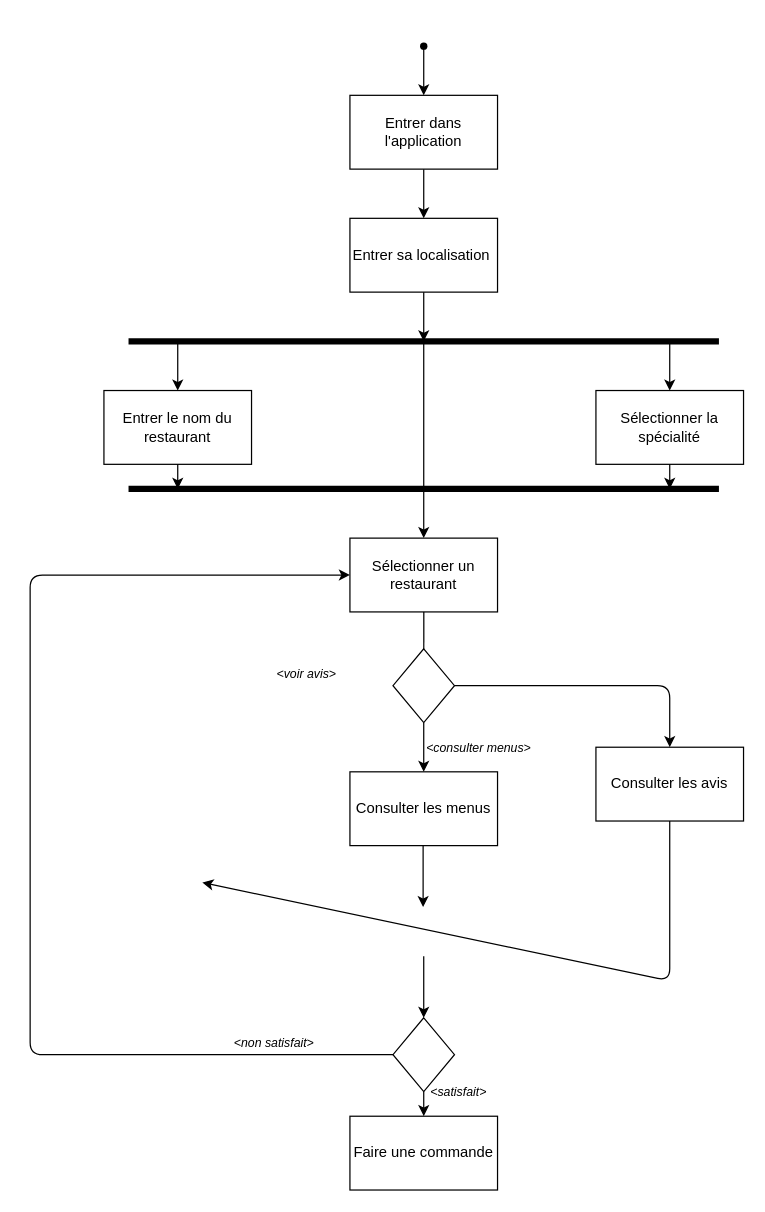
Earlier version of the draw.io diagram page "Page-1" (1 of 2) of diagrammes/diagramme_activite.drawio (TheAIWizard/Ensaeats). Source tidied: cells renumbered, new cells numbered last; positions are measured from the earlier drawing's top-left corner, leaving out a move shared by most shapes. Both pictures are drawn from the tidied source at 123%, with x=0, y=0 at pixel (30, 21).
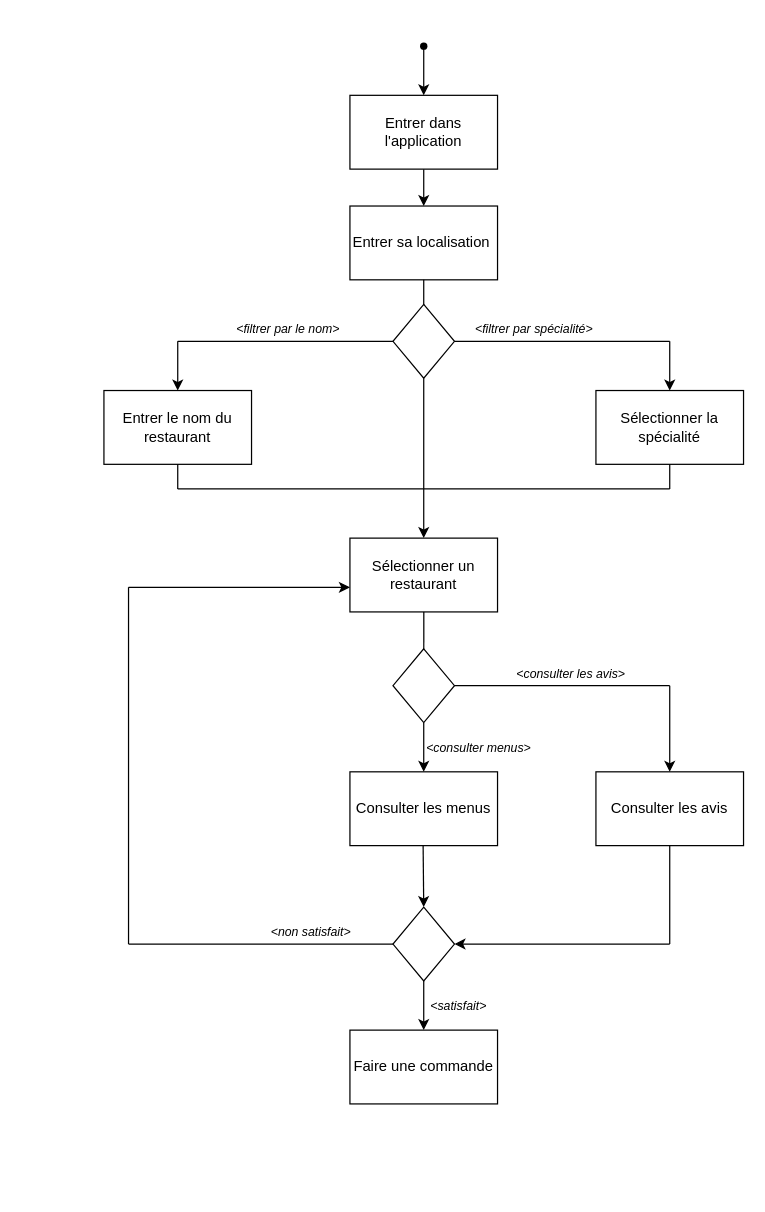
The same page after the edit.

Unchanged cells that the change refers to:
```xml
<mxCell id="31" style="rhombus;whiteSpace=wrap;html=1;" parent="1" vertex="1">
  <mxGeometry x="295" y="510" width="50" height="60" as="geometry" />
</mxCell>
```

What changed in the source:
```diff
@@
-    <mxCell id="2" style="shape=waypoint;sketch=0;fillStyle=solid;size=6;points=[];fillColor=none;perimeter=centerPerimeter;snapToPoint=1;" parent="1" vertex="1">
+    <mxCell id="2" style="shape=waypoint;fillStyle=solid;size=6;points=[];fillColor=none;perimeter=centerPerimeter;snapToPoint=1;" parent="1" vertex="1">
       <mxGeometry x="300" width="40" height="40" as="geometry" />
     </mxCell>
@@
-    <mxCell id="5" style="edgeStyle=elbowEdgeStyle;elbow=horizontal;endArrow=classic;html=1;entryX=0;entryY=0.5;entryDx=0;entryDy=0;exitX=0;exitY=0.5;exitDx=0;exitDy=0;" parent="1" edge="1" source="7" target="19">
-      <mxGeometry relative="1" as="geometry">
-        <Array as="points">
-          <mxPoint y="770" />
-          <mxPoint y="580" />
-          <mxPoint y="480" />
-        </Array>
-      </mxGeometry>
-    </mxCell>
-    <mxCell id="6" value="&lt;span style=&quot;font-size: 10px&quot;&gt;&lt;i&gt;&amp;lt;non satisfait&amp;gt;&lt;/i&gt;&lt;b&gt;&amp;nbsp;&lt;/b&gt;&lt;/span&gt;" style="text;html=1;strokeColor=none;fillColor=none;align=center;verticalAlign=middle;whiteSpace=wrap;rounded=0;" parent="1" vertex="1">
-      <mxGeometry x="130" y="820" width="140" height="20" as="geometry" />
+    <mxCell id="6" value="&lt;span style=&quot;font-size: 10px&quot;&gt;&lt;i&gt;&amp;lt;non satisfait&amp;gt;&lt;/i&gt;&lt;b&gt;&amp;nbsp;&lt;/b&gt;&lt;/span&gt;" style="text;html=1;strokeColor=none;fillColor=none;align=center;verticalAlign=middle;whiteSpace=wrap;" parent="1" vertex="1">
+      <mxGeometry x="160" y="730" width="140" height="20" as="geometry" />
     </mxCell>
     <mxCell id="7" style="rhombus;whiteSpace=wrap;html=1;" parent="1" vertex="1">
-      <mxGeometry x="295" y="810" width="50" height="60" as="geometry" />
+      <mxGeometry x="295" y="720" width="50" height="60" as="geometry" />
     </mxCell>
@@
-    <mxCell id="9" style="endArrow=classic;html=1;entryX=0.5;entryY=0;entryDx=0;entryDy=0;" parent="1" edge="1" target="7">
-      <mxGeometry relative="1" as="geometry">
-        <mxPoint x="320" y="760" as="sourcePoint" />
-      </mxGeometry>
-    </mxCell>
     <mxCell id="10" style="endArrow=classic;html=1;exitX=0.5;exitY=1;exitDx=0;exitDy=0;" parent="1" edge="1" source="7">
       <mxGeometry relative="1" as="geometry">
-        <mxPoint x="320" y="890" as="targetPoint" />
+        <mxPoint x="320" y="820" as="targetPoint" />
       </mxGeometry>
     </mxCell>
-    <mxCell id="11" value="Entrer dans l'application" style="rounded=0;whiteSpace=wrap;html=1;sketch=0;" parent="1" vertex="1">
+    <mxCell id="11" value="Entrer dans l'application" style="whiteSpace=wrap;html=1;" parent="1" vertex="1">
       <mxGeometry x="260" y="60" width="120" height="60" as="geometry" />
     </mxCell>
-    <mxCell id="12" value="Entrer sa localisation&amp;nbsp;" style="rounded=0;whiteSpace=wrap;html=1;sketch=0;" parent="1" vertex="1">
-      <mxGeometry x="260" y="160" width="120" height="60" as="geometry" />
+    <mxCell id="12" value="Entrer sa localisation&amp;nbsp;" style="whiteSpace=wrap;html=1;" parent="1" vertex="1">
+      <mxGeometry x="260" y="150" width="120" height="60" as="geometry" />
     </mxCell>
-    <mxCell id="13" style="endArrow=classic;html=1;exitX=0.5;exitY=1;exitDx=0;exitDy=0;" parent="1" edge="1" source="12">
+    <mxCell id="13" style="endArrow=none;html=1;exitX=0.5;exitY=1;exitDx=0;exitDy=0;endFill=0;" parent="1" edge="1" source="12">
       <mxGeometry relative="1" as="geometry">
         <mxPoint x="320" y="260" as="targetPoint" />
       </mxGeometry>
     </mxCell>
-    <mxCell id="14" style="html=1;endArrow=none;endFill=0;strokeWidth=5;" parent="1" edge="1">
-      <mxGeometry relative="1" as="geometry">
-        <mxPoint x="80" y="260" as="sourcePoint" />
-        <mxPoint x="560" y="260" as="targetPoint" />
-      </mxGeometry>
-    </mxCell>
-    <mxCell id="15" value="Entrer le nom du restaurant" style="rounded=0;whiteSpace=wrap;html=1;sketch=0;" parent="1" vertex="1">
+    <mxCell id="15" value="Entrer le nom du restaurant" style="whiteSpace=wrap;html=1;" parent="1" vertex="1">
       <mxGeometry x="60" y="300" width="120" height="60" as="geometry" />
     </mxCell>
@@
-    <mxCell id="17" value="Sélectionner la spécialité" style="rounded=0;whiteSpace=wrap;html=1;sketch=0;" parent="1" vertex="1">
+    <mxCell id="17" value="Sélectionner la spécialité" style="whiteSpace=wrap;html=1;" parent="1" vertex="1">
       <mxGeometry x="460" y="300" width="120" height="60" as="geometry" />
     </mxCell>
@@
-    <mxCell id="19" value="Sélectionner un restaurant" style="rounded=0;whiteSpace=wrap;html=1;sketch=0;" parent="1" vertex="1">
+    <mxCell id="19" value="Sélectionner un restaurant" style="whiteSpace=wrap;html=1;" parent="1" vertex="1">
       <mxGeometry x="260" y="420" width="120" height="60" as="geometry" />
     </mxCell>
-    <mxCell id="20" value="Consulter les avis" style="rounded=0;whiteSpace=wrap;html=1;sketch=0;" parent="1" vertex="1">
-      <mxGeometry x="460" y="590" width="120" height="60" as="geometry" />
+    <mxCell id="20" value="Consulter les avis" style="whiteSpace=wrap;html=1;" parent="1" vertex="1">
+      <mxGeometry x="460" y="610" width="120" height="60" as="geometry" />
     </mxCell>
-    <mxCell id="21" value="Consulter les menus" style="rounded=0;whiteSpace=wrap;html=1;sketch=0;" parent="1" vertex="1">
+    <mxCell id="21" value="Consulter les menus" style="whiteSpace=wrap;html=1;" parent="1" vertex="1">
       <mxGeometry x="260" y="610" width="120" height="60" as="geometry" />
     </mxCell>
@@
-    <mxCell id="23" style="html=1;endArrow=none;endFill=0;strokeWidth=5;" parent="1" edge="1">
-      <mxGeometry relative="1" as="geometry">
-        <mxPoint x="80" y="380" as="sourcePoint" />
-        <mxPoint x="560" y="380" as="targetPoint" />
-      </mxGeometry>
-    </mxCell>
-    <mxCell id="24" style="endArrow=classic;html=1;" parent="1" edge="1">
+    <mxCell id="24" style="endArrow=none;html=1;endFill=0;" parent="1" edge="1">
       <mxGeometry relative="1" as="geometry">
         <mxPoint x="120" y="360" as="sourcePoint" />
         <mxPoint x="120" y="380" as="targetPoint" />
       </mxGeometry>
     </mxCell>
-    <mxCell id="25" style="endArrow=classic;html=1;" parent="1" edge="1" source="17">
+    <mxCell id="25" style="endArrow=none;html=1;endFill=0;" parent="1" edge="1" source="17">
       <mxGeometry relative="1" as="geometry">
         <mxPoint x="520" y="380" as="targetPoint" />
       </mxGeometry>
     </mxCell>
@@
-    <mxCell id="27" style="endArrow=classic;html=1;exitX=0.5;exitY=1;exitDx=0;exitDy=0;" parent="1" edge="1" source="20">
-      <mxGeometry relative="1" as="geometry">
-        <mxPoint x="140" y="700" as="targetPoint" />
-        <Array as="points">
-          <mxPoint x="520" y="740" />
-          <mxPoint x="520" y="780" />
-        </Array>
-      </mxGeometry>
-    </mxCell>
-    <mxCell id="28" value="&lt;span style=&quot;font-size: 10px&quot;&gt;&lt;i&gt;&amp;lt;satisfait&amp;gt;&amp;nbsp;&lt;/i&gt;&lt;/span&gt;" style="text;html=1;strokeColor=none;fillColor=none;align=center;verticalAlign=middle;whiteSpace=wrap;rounded=0;" parent="1" vertex="1">
-      <mxGeometry x="280" y="860" width="140" height="20" as="geometry" />
+    <mxCell id="28" value="&lt;span style=&quot;font-size: 10px&quot;&gt;&lt;i&gt;&amp;lt;satisfait&amp;gt;&amp;nbsp;&lt;/i&gt;&lt;/span&gt;" style="text;html=1;strokeColor=none;fillColor=none;align=center;verticalAlign=middle;whiteSpace=wrap;" parent="1" vertex="1">
+      <mxGeometry x="280" y="790" width="140" height="20" as="geometry" />
     </mxCell>
-    <mxCell id="29" value="Faire une commande" style="rounded=0;whiteSpace=wrap;html=1;sketch=0;" parent="1" vertex="1">
-      <mxGeometry x="260" y="890" width="120" height="60" as="geometry" />
+    <mxCell id="29" value="Faire une commande" style="whiteSpace=wrap;html=1;" parent="1" vertex="1">
+      <mxGeometry x="260" y="820" width="120" height="60" as="geometry" />
     </mxCell>
-    <mxCell id="30" style="endArrow=none;html=1;strokeWidth=1;endFill=0;" parent="1" edge="1">
-      <mxGeometry relative="1" as="geometry">
-        <mxPoint x="320" y="260" as="sourcePoint" />
-        <mxPoint x="320" y="380" as="targetPoint" />
-      </mxGeometry>
-    </mxCell>
@@
-    <mxCell id="32" style="endArrow=none;html=1;strokeWidth=1;edgeStyle=orthogonalEdgeStyle;exitX=0.5;exitY=0;exitDx=0;exitDy=0;startArrow=classic;startFill=1;entryX=1;entryY=0.5;entryDx=0;entryDy=0;" parent="1" edge="1" source="20" target="31">
-      <mxGeometry relative="1" as="geometry" />
-    </mxCell>
-    <mxCell id="33" value="&lt;span style=&quot;font-size: 10px&quot;&gt;&lt;i&gt;&amp;lt;voir avis&amp;gt;&lt;/i&gt;&lt;/span&gt;" style="text;html=1;strokeColor=none;fillColor=none;align=center;verticalAlign=middle;whiteSpace=wrap;rounded=0;" parent="1" vertex="1">
-      <mxGeometry x="155" y="520" width="140" height="20" as="geometry" />
+    <mxCell id="33" value="&lt;span style=&quot;font-size: 10px&quot;&gt;&lt;i&gt;&amp;lt;consulter les avis&amp;gt;&lt;/i&gt;&lt;/span&gt;" style="text;html=1;strokeColor=none;fillColor=none;align=center;verticalAlign=middle;whiteSpace=wrap;" parent="1" vertex="1">
+      <mxGeometry x="370" y="520" width="140" height="20" as="geometry" />
     </mxCell>
-    <mxCell id="34" value="&lt;span style=&quot;font-size: 10px&quot;&gt;&lt;i&gt;&amp;lt;consulter menus&amp;gt;&lt;/i&gt;&lt;/span&gt;" style="text;html=1;strokeColor=none;fillColor=none;align=center;verticalAlign=middle;whiteSpace=wrap;rounded=0;" parent="1" vertex="1">
+    <mxCell id="34" value="&lt;span style=&quot;font-size: 10px&quot;&gt;&lt;i&gt;&amp;lt;consulter menus&amp;gt;&lt;/i&gt;&lt;/span&gt;" style="text;html=1;strokeColor=none;fillColor=none;align=center;verticalAlign=middle;whiteSpace=wrap;" parent="1" vertex="1">
       <mxGeometry x="295" y="580" width="140" height="20" as="geometry" />
     </mxCell>
-    <mxCell id="35" style="endArrow=classic;html=1;entryX=0.5;entryY=0;entryDx=0;entryDy=0;" parent="1" edge="1">
+    <mxCell id="35" style="endArrow=classic;html=1;entryX=0.5;entryY=0;entryDx=0;entryDy=0;" parent="1" edge="1" target="7">
       <mxGeometry relative="1" as="geometry">
         <mxPoint x="319.5" y="670" as="sourcePoint" />
-        <mxPoint x="319.5" y="720" as="targetPoint" />
       </mxGeometry>
     </mxCell>
+    <mxCell id="36" style="edgeStyle=orthogonalEdgeStyle;orthogonalLoop=1;jettySize=auto;html=1;exitX=0.5;exitY=1;exitDx=0;exitDy=0;startArrow=classic;startFill=1;endArrow=none;endFill=0;strokeWidth=1;" parent="1" edge="1" source="20" target="20">
+      <mxGeometry relative="1" as="geometry" />
+    </mxCell>
+    <mxCell id="37" style="rhombus;whiteSpace=wrap;html=1;" parent="1" vertex="1">
+      <mxGeometry x="295" y="230" width="50" height="60" as="geometry" />
+    </mxCell>
+    <mxCell id="38" style="endArrow=none;html=1;strokeWidth=1;entryX=0;entryY=0.5;entryDx=0;entryDy=0;" parent="1" edge="1" target="37">
+      <mxGeometry relative="1" as="geometry">
+        <mxPoint x="120" y="260" as="sourcePoint" />
+      </mxGeometry>
+    </mxCell>
+    <mxCell id="39" style="endArrow=none;html=1;strokeWidth=1;exitX=1;exitY=0.5;exitDx=0;exitDy=0;" parent="1" edge="1" source="37">
+      <mxGeometry relative="1" as="geometry">
+        <mxPoint x="520" y="260" as="targetPoint" />
+        <Array as="points">
+          <mxPoint x="440" y="260" />
+        </Array>
+      </mxGeometry>
+    </mxCell>
+    <mxCell id="40" style="endArrow=none;html=1;strokeWidth=1;" parent="1" edge="1">
+      <mxGeometry relative="1" as="geometry">
+        <mxPoint x="320" y="380" as="sourcePoint" />
+        <mxPoint x="520" y="380" as="targetPoint" />
+      </mxGeometry>
+    </mxCell>
+    <mxCell id="41" style="endArrow=none;html=1;strokeWidth=1;" parent="1" edge="1">
+      <mxGeometry relative="1" as="geometry">
+        <mxPoint x="120" y="380" as="sourcePoint" />
+        <mxPoint x="320" y="380" as="targetPoint" />
+      </mxGeometry>
+    </mxCell>
+    <mxCell id="42" value="&lt;span style=&quot;font-size: 10px&quot;&gt;&lt;i&gt;&amp;lt;filtrer par spécialité&amp;gt;&lt;/i&gt;&lt;/span&gt;" style="text;html=1;strokeColor=none;fillColor=none;align=center;verticalAlign=middle;whiteSpace=wrap;" parent="1" vertex="1">
+      <mxGeometry x="340" y="240" width="140" height="20" as="geometry" />
+    </mxCell>
+    <mxCell id="43" value="&lt;span style=&quot;font-size: 10px&quot;&gt;&lt;i&gt;&amp;lt;filtrer par le nom&amp;gt;&lt;/i&gt;&lt;/span&gt;" style="text;html=1;strokeColor=none;fillColor=none;align=center;verticalAlign=middle;whiteSpace=wrap;" parent="1" vertex="1">
+      <mxGeometry x="140" y="240" width="140" height="20" as="geometry" />
+    </mxCell>
+    <mxCell id="44" style="endArrow=none;html=1;strokeWidth=1;entryX=0.5;entryY=1;entryDx=0;entryDy=0;" parent="1" edge="1" target="37">
+      <mxGeometry relative="1" as="geometry">
+        <mxPoint x="320" y="380" as="sourcePoint" />
+      </mxGeometry>
+    </mxCell>
+    <mxCell id="45" style="endArrow=none;html=1;strokeWidth=1;exitX=1;exitY=0.5;exitDx=0;exitDy=0;" parent="1" edge="1">
+      <mxGeometry relative="1" as="geometry">
+        <mxPoint x="345" y="540" as="sourcePoint" />
+        <mxPoint x="520" y="540" as="targetPoint" />
+        <Array as="points">
+          <mxPoint x="440" y="540" />
+        </Array>
+      </mxGeometry>
+    </mxCell>
+    <mxCell id="46" style="endArrow=classic;html=1;" parent="1" edge="1">
+      <mxGeometry relative="1" as="geometry">
+        <mxPoint x="520" y="540" as="sourcePoint" />
+        <mxPoint x="520" y="610" as="targetPoint" />
+      </mxGeometry>
+    </mxCell>
+    <mxCell id="47" style="endArrow=none;html=1;endFill=0;" parent="1" edge="1">
+      <mxGeometry relative="1" as="geometry">
+        <mxPoint x="520" y="670" as="sourcePoint" />
+        <mxPoint x="520" y="750" as="targetPoint" />
+      </mxGeometry>
+    </mxCell>
+    <mxCell id="48" style="endArrow=none;html=1;strokeWidth=1;exitX=1;exitY=0.5;exitDx=0;exitDy=0;startArrow=classic;startFill=1;" parent="1" edge="1">
+      <mxGeometry relative="1" as="geometry">
+        <mxPoint x="345" y="750" as="sourcePoint" />
+        <mxPoint x="520" y="750" as="targetPoint" />
+        <Array as="points">
+          <mxPoint x="440" y="750" />
+        </Array>
+      </mxGeometry>
+    </mxCell>
+    <mxCell id="49" style="endArrow=none;html=1;entryX=0;entryY=0.5;entryDx=0;entryDy=0;" parent="1" edge="1" target="7">
+      <mxGeometry relative="1" as="geometry">
+        <mxPoint x="80" y="750" as="sourcePoint" />
+      </mxGeometry>
+    </mxCell>
+    <mxCell id="50" style="endArrow=none;html=1;" parent="1" edge="1">
+      <mxGeometry relative="1" as="geometry">
+        <mxPoint x="80" y="750" as="sourcePoint" />
+        <mxPoint x="80" y="460" as="targetPoint" />
+      </mxGeometry>
+    </mxCell>
+    <mxCell id="51" style="endArrow=classic;html=1;endFill=1;" parent="1" edge="1">
+      <mxGeometry relative="1" as="geometry">
+        <mxPoint x="80" y="460" as="sourcePoint" />
+        <mxPoint x="260" y="460" as="targetPoint" />
+      </mxGeometry>
+    </mxCell>
```
